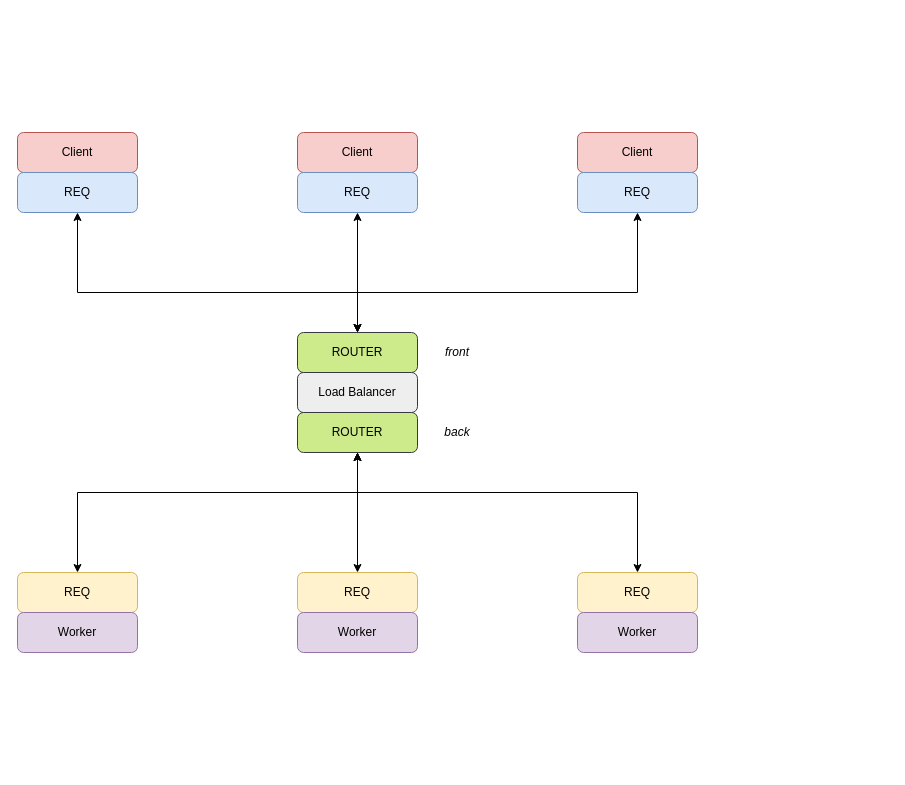
This is load_balancing_broker.drawio from da0p/diagram-notes, a draw.io file, before an edit. Source tidied: cells renumbered, new cells numbered last; positions are measured from the earlier drawing's top-left corner, leaving out a move shared by most shapes. Both pictures are drawn from the tidied source at 100%, with x=0, y=0 at pixel (17, 132).
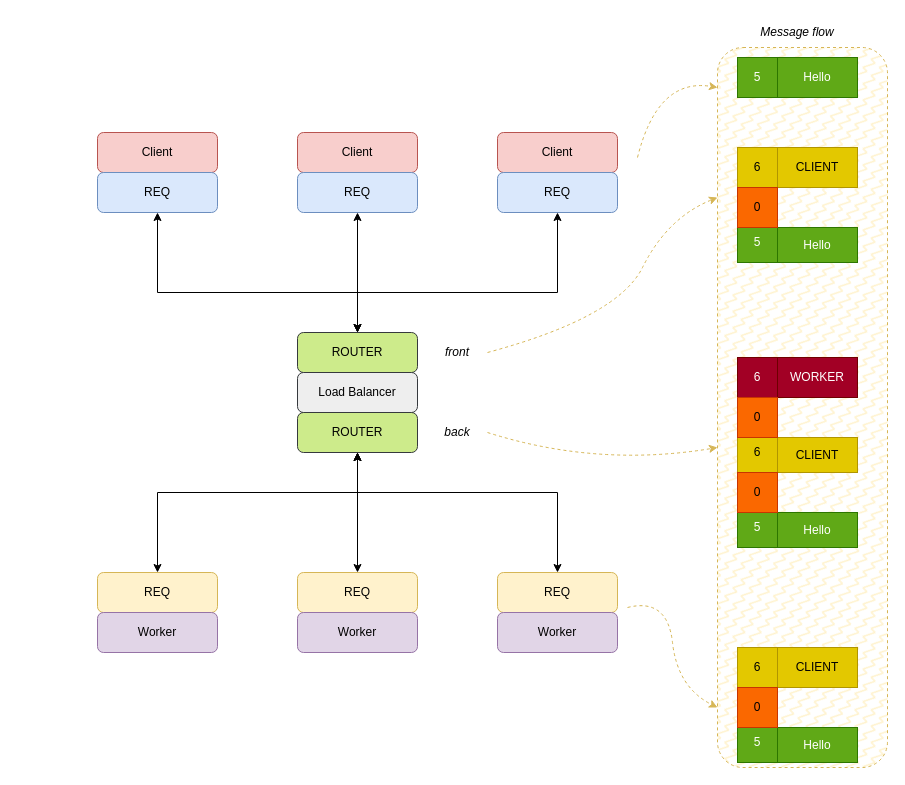
The same page after the edit.

The change refers to these unchanged cells:
```xml
<mxCell id="8" value="ROUTER" style="rounded=1;whiteSpace=wrap;html=1;fillColor=#cdeb8b;strokeColor=#36393d;" parent="1" vertex="1">
  <mxGeometry x="280" y="200" width="120" height="40" as="geometry" />
</mxCell>
<mxCell id="10" value="ROUTER" style="rounded=1;whiteSpace=wrap;html=1;fillColor=#cdeb8b;strokeColor=#36393d;" parent="1" vertex="1">
  <mxGeometry x="280" y="280" width="120" height="40" as="geometry" />
</mxCell>
<mxCell id="23" value="&lt;i&gt;front&lt;/i&gt;" style="text;html=1;align=center;verticalAlign=middle;whiteSpace=wrap;rounded=0;" parent="1" vertex="1">
  <mxGeometry x="410" y="205" width="60" height="30" as="geometry" />
</mxCell>
<mxCell id="24" value="&lt;i&gt;back&lt;/i&gt;" style="text;html=1;align=center;verticalAlign=middle;whiteSpace=wrap;rounded=0;" parent="1" vertex="1">
  <mxGeometry x="410" y="285" width="60" height="30" as="geometry" />
</mxCell>
```

Diff of the diagram source:
```diff
@@
+    <mxCell id="25" style="rounded=1;whiteSpace=wrap;html=1;dashed=1;fillColor=#fff2cc;strokeColor=#d6b656;fillStyle=zigzag-line;" parent="1" vertex="1">
+      <mxGeometry x="700" y="-85" width="170" height="720" as="geometry" />
+    </mxCell>
     <mxCell id="2" value="Client" style="rounded=1;whiteSpace=wrap;html=1;fillColor=#f8cecc;strokeColor=#b85450;" parent="1" vertex="1">
-      <mxGeometry width="120" height="40" as="geometry" />
+      <mxGeometry x="80" width="120" height="40" as="geometry" />
     </mxCell>
     <mxCell id="3" value="REQ" style="rounded=1;whiteSpace=wrap;html=1;fillColor=#dae8fc;strokeColor=#6c8ebf;" parent="1" vertex="1">
-      <mxGeometry y="40" width="120" height="40" as="geometry" />
+      <mxGeometry x="80" y="40" width="120" height="40" as="geometry" />
     </mxCell>
@@
     <mxCell id="6" value="Client" style="rounded=1;whiteSpace=wrap;html=1;fillColor=#f8cecc;strokeColor=#b85450;" parent="1" vertex="1">
-      <mxGeometry x="560" width="120" height="40" as="geometry" />
+      <mxGeometry x="480" width="120" height="40" as="geometry" />
     </mxCell>
     <mxCell id="7" value="REQ" style="rounded=1;whiteSpace=wrap;html=1;fillColor=#dae8fc;strokeColor=#6c8ebf;" parent="1" vertex="1">
-      <mxGeometry x="560" y="40" width="120" height="40" as="geometry" />
+      <mxGeometry x="480" y="40" width="120" height="40" as="geometry" />
     </mxCell>
@@
     <mxCell id="11" value="REQ" style="rounded=1;whiteSpace=wrap;html=1;fillColor=#fff2cc;strokeColor=#d6b656;" parent="1" vertex="1">
-      <mxGeometry y="440" width="120" height="40" as="geometry" />
+      <mxGeometry x="80" y="440" width="120" height="40" as="geometry" />
     </mxCell>
     <mxCell id="12" value="Worker" style="rounded=1;whiteSpace=wrap;html=1;fillColor=#e1d5e7;strokeColor=#9673a6;" parent="1" vertex="1">
-      <mxGeometry y="480" width="120" height="40" as="geometry" />
+      <mxGeometry x="80" y="480" width="120" height="40" as="geometry" />
     </mxCell>
@@
     <mxCell id="15" value="REQ" style="rounded=1;whiteSpace=wrap;html=1;fillColor=#fff2cc;strokeColor=#d6b656;" parent="1" vertex="1">
-      <mxGeometry x="560" y="440" width="120" height="40" as="geometry" />
+      <mxGeometry x="480" y="440" width="120" height="40" as="geometry" />
     </mxCell>
     <mxCell id="16" value="Worker" style="rounded=1;whiteSpace=wrap;html=1;fillColor=#e1d5e7;strokeColor=#9673a6;" parent="1" vertex="1">
-      <mxGeometry x="560" y="480" width="120" height="40" as="geometry" />
+      <mxGeometry x="480" y="480" width="120" height="40" as="geometry" />
     </mxCell>
     <mxCell id="17" style="endArrow=classic;startArrow=classic;html=1;rounded=0;entryX=0.5;entryY=1;entryDx=0;entryDy=0;exitX=0.5;exitY=0;exitDx=0;exitDy=0;" parent="1" edge="1" source="8" target="3">
       <mxGeometry relative="1" as="geometry">
         <Array as="points">
           <mxPoint x="340" y="160" />
-          <mxPoint x="60" y="160" />
+          <mxPoint x="140" y="160" />
         </Array>
       </mxGeometry>
     </mxCell>
@@
     <mxCell id="19" style="endArrow=classic;startArrow=classic;html=1;rounded=0;entryX=0.5;entryY=1;entryDx=0;entryDy=0;exitX=0.5;exitY=0;exitDx=0;exitDy=0;" parent="1" edge="1" source="8" target="7">
       <mxGeometry relative="1" as="geometry">
         <Array as="points">
           <mxPoint x="340" y="160" />
-          <mxPoint x="620" y="160" />
+          <mxPoint x="540" y="160" />
         </Array>
       </mxGeometry>
     </mxCell>
     <mxCell id="20" style="endArrow=classic;startArrow=classic;html=1;rounded=0;exitX=0.5;exitY=0;exitDx=0;exitDy=0;entryX=0.5;entryY=1;entryDx=0;entryDy=0;" parent="1" edge="1" source="11" target="10">
       <mxGeometry relative="1" as="geometry">
         <Array as="points">
-          <mxPoint x="60" y="360" />
+          <mxPoint x="140" y="360" />
           <mxPoint x="340" y="360" />
         </Array>
       </mxGeometry>
     </mxCell>
@@
     <mxCell id="22" style="endArrow=classic;startArrow=classic;html=1;rounded=0;entryX=0.5;entryY=0;entryDx=0;entryDy=0;exitX=0.5;exitY=1;exitDx=0;exitDy=0;" parent="1" edge="1" source="10" target="15">
       <mxGeometry relative="1" as="geometry">
         <Array as="points">
           <mxPoint x="340" y="360" />
-          <mxPoint x="620" y="360" />
+          <mxPoint x="540" y="360" />
         </Array>
       </mxGeometry>
     </mxCell>
@@
+    <mxCell id="26" value="5" style="rounded=0;whiteSpace=wrap;html=1;fillColor=#60a917;fontColor=#ffffff;strokeColor=#2D7600;" parent="1" vertex="1">
+      <mxGeometry x="720" y="-75" width="40" height="40" as="geometry" />
+    </mxCell>
+    <mxCell id="27" value="Hello" style="rounded=0;whiteSpace=wrap;html=1;fillColor=#60a917;fontColor=#ffffff;strokeColor=#2D7600;" parent="1" vertex="1">
+      <mxGeometry x="760" y="-75" width="80" height="40" as="geometry" />
+    </mxCell>
+    <mxCell id="28" value="6" style="rounded=0;whiteSpace=wrap;html=1;fillColor=#e3c800;fontColor=#000000;strokeColor=#B09500;" parent="1" vertex="1">
+      <mxGeometry x="720" y="15" width="40" height="40" as="geometry" />
+    </mxCell>
+    <mxCell id="29" value="CLIENT" style="rounded=0;whiteSpace=wrap;html=1;fillColor=#e3c800;fontColor=#000000;strokeColor=#B09500;" parent="1" vertex="1">
+      <mxGeometry x="760" y="15" width="80" height="40" as="geometry" />
+    </mxCell>
+    <mxCell id="30" value="5" style="rounded=0;whiteSpace=wrap;html=1;fillColor=#60a917;fontColor=#ffffff;strokeColor=#2D7600;" parent="1" vertex="1">
+      <mxGeometry x="720" y="90" width="40" height="40" as="geometry" />
+    </mxCell>
+    <mxCell id="31" value="Hello" style="rounded=0;whiteSpace=wrap;html=1;fillColor=#60a917;fontColor=#ffffff;strokeColor=#2D7600;" parent="1" vertex="1">
+      <mxGeometry x="760" y="95" width="80" height="35" as="geometry" />
+    </mxCell>
+    <mxCell id="32" value="0" style="rounded=0;whiteSpace=wrap;html=1;fillColor=#fa6800;fontColor=#000000;strokeColor=#C73500;" parent="1" vertex="1">
+      <mxGeometry x="720" y="55" width="40" height="40" as="geometry" />
+    </mxCell>
+    <mxCell id="33" value="6" style="rounded=0;whiteSpace=wrap;html=1;fillColor=#e3c800;fontColor=#000000;strokeColor=#B09500;" parent="1" vertex="1">
+      <mxGeometry x="720" y="300" width="40" height="40" as="geometry" />
+    </mxCell>
+    <mxCell id="34" value="CLIENT" style="rounded=0;whiteSpace=wrap;html=1;fillColor=#e3c800;fontColor=#000000;strokeColor=#B09500;" parent="1" vertex="1">
+      <mxGeometry x="760" y="305" width="80" height="35" as="geometry" />
+    </mxCell>
+    <mxCell id="35" value="5" style="rounded=0;whiteSpace=wrap;html=1;fillColor=#60a917;fontColor=#ffffff;strokeColor=#2D7600;" parent="1" vertex="1">
+      <mxGeometry x="720" y="375" width="40" height="40" as="geometry" />
+    </mxCell>
+    <mxCell id="36" value="Hello" style="rounded=0;whiteSpace=wrap;html=1;fillColor=#60a917;fontColor=#ffffff;strokeColor=#2D7600;" parent="1" vertex="1">
+      <mxGeometry x="760" y="380" width="80" height="35" as="geometry" />
+    </mxCell>
+    <mxCell id="37" value="0" style="rounded=0;whiteSpace=wrap;html=1;fillColor=#fa6800;fontColor=#000000;strokeColor=#C73500;" parent="1" vertex="1">
+      <mxGeometry x="720" y="340" width="40" height="40" as="geometry" />
+    </mxCell>
+    <mxCell id="38" value="6" style="rounded=0;whiteSpace=wrap;html=1;fillColor=#a20025;fontColor=#ffffff;strokeColor=#6F0000;" parent="1" vertex="1">
+      <mxGeometry x="720" y="225" width="40" height="40" as="geometry" />
+    </mxCell>
+    <mxCell id="39" value="WORKER" style="rounded=0;whiteSpace=wrap;html=1;fillColor=#a20025;fontColor=#ffffff;strokeColor=#6F0000;" parent="1" vertex="1">
+      <mxGeometry x="760" y="225" width="80" height="40" as="geometry" />
+    </mxCell>
+    <mxCell id="40" value="0" style="rounded=0;whiteSpace=wrap;html=1;fillColor=#fa6800;fontColor=#000000;strokeColor=#C73500;" parent="1" vertex="1">
+      <mxGeometry x="720" y="265" width="40" height="40" as="geometry" />
+    </mxCell>
+    <mxCell id="41" value="6" style="rounded=0;whiteSpace=wrap;html=1;fillColor=#e3c800;fontColor=#000000;strokeColor=#B09500;" parent="1" vertex="1">
+      <mxGeometry x="720" y="515" width="40" height="40" as="geometry" />
+    </mxCell>
+    <mxCell id="42" value="CLIENT" style="rounded=0;whiteSpace=wrap;html=1;fillColor=#e3c800;fontColor=#000000;strokeColor=#B09500;" parent="1" vertex="1">
+      <mxGeometry x="760" y="515" width="80" height="40" as="geometry" />
+    </mxCell>
+    <mxCell id="43" value="5" style="rounded=0;whiteSpace=wrap;html=1;fillColor=#60a917;fontColor=#ffffff;strokeColor=#2D7600;" parent="1" vertex="1">
+      <mxGeometry x="720" y="590" width="40" height="40" as="geometry" />
+    </mxCell>
+    <mxCell id="44" value="Hello" style="rounded=0;whiteSpace=wrap;html=1;fillColor=#60a917;fontColor=#ffffff;strokeColor=#2D7600;" parent="1" vertex="1">
+      <mxGeometry x="760" y="595" width="80" height="35" as="geometry" />
+    </mxCell>
+    <mxCell id="45" value="0" style="rounded=0;whiteSpace=wrap;html=1;fillColor=#fa6800;fontColor=#000000;strokeColor=#C73500;" parent="1" vertex="1">
+      <mxGeometry x="720" y="555" width="40" height="40" as="geometry" />
+    </mxCell>
+    <mxCell id="46" value="&lt;i&gt;Message flow&lt;/i&gt;" style="text;html=1;align=center;verticalAlign=middle;whiteSpace=wrap;rounded=0;" parent="1" vertex="1">
+      <mxGeometry x="740" y="-115" width="80" height="30" as="geometry" />
+    </mxCell>
+    <mxCell id="47" style="endArrow=classic;html=1;rounded=0;dashed=1;curved=1;fillColor=#fff2cc;strokeColor=#d6b656;" parent="1" edge="1">
+      <mxGeometry relative="1" as="geometry">
+        <mxPoint x="620" y="25" as="sourcePoint" />
+        <mxPoint x="700" y="-45" as="targetPoint" />
+        <Array as="points">
+          <mxPoint x="640" y="-55" />
+        </Array>
+      </mxGeometry>
+    </mxCell>
+    <mxCell id="48" style="endArrow=classic;html=1;rounded=0;exitX=1;exitY=0.5;exitDx=0;exitDy=0;dashed=1;curved=1;fillColor=#fff2cc;strokeColor=#d6b656;" parent="1" edge="1" source="23">
+      <mxGeometry relative="1" as="geometry">
+        <mxPoint x="700" y="65" as="targetPoint" />
+        <Array as="points">
+          <mxPoint x="600" y="185" />
+          <mxPoint x="650" y="85" />
+        </Array>
+      </mxGeometry>
+    </mxCell>
+    <mxCell id="49" style="endArrow=classic;html=1;rounded=0;exitX=1;exitY=0.5;exitDx=0;exitDy=0;curved=1;dashed=1;fillColor=#fff2cc;strokeColor=#d6b656;" parent="1" edge="1" source="24">
+      <mxGeometry relative="1" as="geometry">
+        <mxPoint x="700" y="315" as="targetPoint" />
+        <Array as="points">
+          <mxPoint x="580" y="335" />
+        </Array>
+      </mxGeometry>
+    </mxCell>
+    <mxCell id="50" style="endArrow=classic;html=1;rounded=0;dashed=1;curved=1;fillColor=#fff2cc;strokeColor=#d6b656;" parent="1" edge="1">
+      <mxGeometry relative="1" as="geometry">
+        <mxPoint x="610" y="475" as="sourcePoint" />
+        <mxPoint x="700" y="575" as="targetPoint" />
+        <Array as="points">
+          <mxPoint x="650" y="465" />
+          <mxPoint x="660" y="555" />
+        </Array>
+      </mxGeometry>
+    </mxCell>
```
